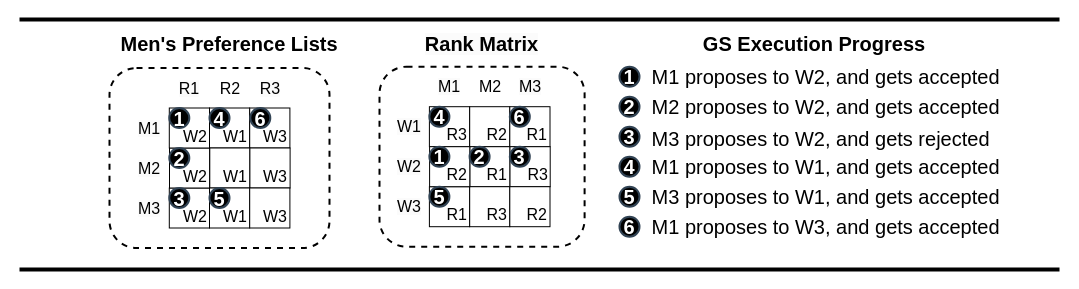
Earlier version of the draw.io diagram newGSExec.drawio (victorliu-sq/BambooSMP-Figures). Source tidied: cells renumbered, new cells numbered last; positions are measured from the earlier drawing's top-left corner, leaving out a move shared by most shapes. Both pictures are drawn from the tidied source at 100%, with x=0, y=0 at pixel (19, 19).
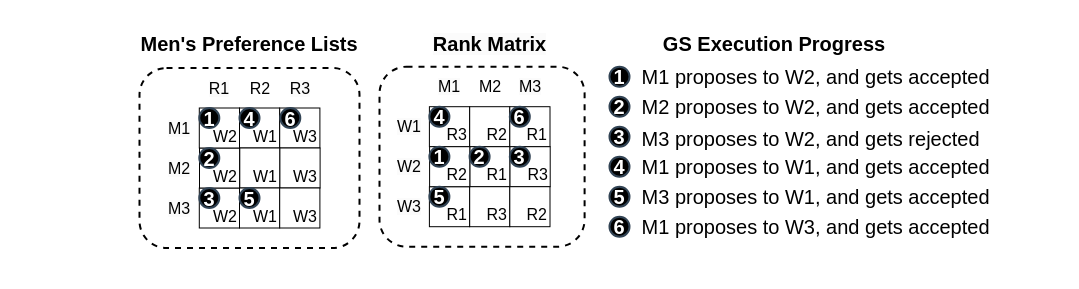
After the change.

The edit, as a diff of the source:
```diff
@@
     <mxCell id="2" style="rounded=1;whiteSpace=wrap;html=1;strokeWidth=2;dashed=1;" parent="1" vertex="1">
-      <mxGeometry x="90" y="48.5" width="220" height="180" as="geometry" />
+      <mxGeometry x="120" y="48.5" width="220" height="180" as="geometry" />
     </mxCell>
@@
     <mxCell id="4" value="1" style="ellipse;whiteSpace=wrap;html=1;strokeColor=#314354;align=center;verticalAlign=middle;fontFamily=Helvetica;fontSize=20;fillColor=#000000;fontColor=#ffffff;fontStyle=1;strokeWidth=2;" parent="1" vertex="1">
-      <mxGeometry x="600" y="47.2" width="20" height="20" as="geometry" />
+      <mxGeometry x="590" y="47.2" width="20" height="20" as="geometry" />
     </mxCell>
     <mxCell id="5" value="2" style="ellipse;whiteSpace=wrap;html=1;strokeColor=#314354;align=center;verticalAlign=middle;fontFamily=Helvetica;fontSize=20;fillColor=#000000;fontColor=#ffffff;fontStyle=1;strokeWidth=2;" parent="1" vertex="1">
-      <mxGeometry x="600" y="77.2" width="20" height="20" as="geometry" />
+      <mxGeometry x="590" y="77.2" width="20" height="20" as="geometry" />
     </mxCell>
     <mxCell id="6" value="3" style="ellipse;whiteSpace=wrap;html=1;strokeColor=#314354;align=center;verticalAlign=middle;fontFamily=Helvetica;fontSize=20;fillColor=#000000;fontColor=#ffffff;fontStyle=1;strokeWidth=2;" parent="1" vertex="1">
-      <mxGeometry x="600" y="107.2" width="20" height="20" as="geometry" />
+      <mxGeometry x="590" y="107.2" width="20" height="20" as="geometry" />
     </mxCell>
     <mxCell id="7" value="4" style="ellipse;whiteSpace=wrap;html=1;strokeColor=#314354;align=center;verticalAlign=middle;fontFamily=Helvetica;fontSize=20;fillColor=#000000;fontColor=#ffffff;fontStyle=1;strokeWidth=2;" parent="1" vertex="1">
-      <mxGeometry x="600" y="137.2" width="20" height="20" as="geometry" />
+      <mxGeometry x="590" y="137.2" width="20" height="20" as="geometry" />
     </mxCell>
     <mxCell id="8" value="5" style="ellipse;whiteSpace=wrap;html=1;strokeColor=#314354;align=center;verticalAlign=middle;fontFamily=Helvetica;fontSize=20;fillColor=#000000;fontColor=#ffffff;fontStyle=1;strokeWidth=2;" parent="1" vertex="1">
-      <mxGeometry x="600" y="167.2" width="20" height="20" as="geometry" />
+      <mxGeometry x="590" y="167.2" width="20" height="20" as="geometry" />
     </mxCell>
     <mxCell id="9" value="6" style="ellipse;whiteSpace=wrap;html=1;strokeColor=#314354;align=center;verticalAlign=middle;fontFamily=Helvetica;fontSize=20;fillColor=#000000;fontColor=#ffffff;fontStyle=1;strokeWidth=2;" parent="1" vertex="1">
-      <mxGeometry x="600" y="197.2" width="20" height="20" as="geometry" />
+      <mxGeometry x="590" y="197.2" width="20" height="20" as="geometry" />
     </mxCell>
     <mxCell id="10" value="&lt;h1 style=&quot;font-size: 20px;&quot;&gt;&lt;span style=&quot;font-size: 20px; font-weight: 400;&quot;&gt;&amp;nbsp;M1 proposes to W2, and gets accepted&lt;/span&gt;&lt;/h1&gt;" style="text;strokeColor=none;align=left;fillColor=none;html=1;verticalAlign=middle;whiteSpace=wrap;rounded=0;fontFamily=Helvetica;fontSize=20;fontColor=default;" parent="1" vertex="1">
-      <mxGeometry x="625" y="42.2" width="405" height="30" as="geometry" />
+      <mxGeometry x="615" y="42.2" width="405" height="30" as="geometry" />
     </mxCell>
     <mxCell id="11" value="&lt;h1 style=&quot;font-size: 20px;&quot;&gt;&lt;span style=&quot;font-size: 20px; font-weight: 400;&quot;&gt;&amp;nbsp;M2 proposes to W2, and gets accepted&lt;/span&gt;&lt;/h1&gt;" style="text;strokeColor=none;align=left;fillColor=none;html=1;verticalAlign=middle;whiteSpace=wrap;rounded=0;fontFamily=Helvetica;fontSize=20;fontColor=default;" parent="1" vertex="1">
-      <mxGeometry x="625" y="72.2" width="365" height="30" as="geometry" />
+      <mxGeometry x="615" y="72.2" width="365" height="30" as="geometry" />
     </mxCell>
     <mxCell id="12" value="&lt;h1 style=&quot;font-size: 20px;&quot;&gt;&lt;span style=&quot;font-size: 20px; font-weight: 400;&quot;&gt;&amp;nbsp;M3 proposes to W2, and gets rejected&lt;/span&gt;&lt;/h1&gt;" style="text;strokeColor=none;align=left;fillColor=none;html=1;verticalAlign=middle;whiteSpace=wrap;rounded=0;fontFamily=Helvetica;fontSize=20;fontColor=default;" parent="1" vertex="1">
-      <mxGeometry x="625" y="103.8" width="365" height="30" as="geometry" />
+      <mxGeometry x="615" y="103.8" width="365" height="30" as="geometry" />
     </mxCell>
     <mxCell id="13" value="&lt;h1 style=&quot;font-size: 20px;&quot;&gt;&lt;span style=&quot;font-size: 20px; font-weight: 400;&quot;&gt;&amp;nbsp;M1 proposes to W1, and gets accepted&lt;/span&gt;&lt;/h1&gt;" style="text;strokeColor=none;align=left;fillColor=none;html=1;verticalAlign=middle;whiteSpace=wrap;rounded=0;fontFamily=Helvetica;fontSize=20;fontColor=default;" parent="1" vertex="1">
-      <mxGeometry x="625" y="132.2" width="365" height="30" as="geometry" />
+      <mxGeometry x="615" y="132.2" width="365" height="30" as="geometry" />
     </mxCell>
     <mxCell id="14" value="&lt;h1 style=&quot;font-size: 20px;&quot;&gt;&lt;span style=&quot;font-size: 20px; font-weight: 400;&quot;&gt;&amp;nbsp;M3 proposes to W1, and gets accepted&lt;/span&gt;&lt;/h1&gt;" style="text;strokeColor=none;align=left;fillColor=none;html=1;verticalAlign=middle;whiteSpace=wrap;rounded=0;fontFamily=Helvetica;fontSize=20;fontColor=default;" parent="1" vertex="1">
-      <mxGeometry x="625" y="162.2" width="365" height="30" as="geometry" />
+      <mxGeometry x="615" y="162.2" width="365" height="30" as="geometry" />
     </mxCell>
     <mxCell id="15" value="&lt;h1 style=&quot;font-size: 20px;&quot;&gt;&lt;span style=&quot;font-size: 20px; font-weight: 400;&quot;&gt;&amp;nbsp;M1 proposes to W3, and gets accepted&lt;/span&gt;&lt;/h1&gt;" style="text;strokeColor=none;align=left;fillColor=none;html=1;verticalAlign=middle;whiteSpace=wrap;rounded=0;fontFamily=Helvetica;fontSize=20;fontColor=default;" parent="1" vertex="1">
-      <mxGeometry x="625" y="192.2" width="365" height="30" as="geometry" />
+      <mxGeometry x="615" y="192.2" width="365" height="30" as="geometry" />
     </mxCell>
     <mxCell id="16" value="&lt;h1 style=&quot;font-size: 20px;&quot;&gt;&lt;span style=&quot;font-size: 20px;&quot;&gt;GS Execution Progress&lt;/span&gt;&lt;/h1&gt;" style="text;strokeColor=none;align=center;fillColor=none;html=1;verticalAlign=middle;whiteSpace=wrap;rounded=0;fontFamily=Helvetica;fontSize=20;fontColor=default;fontStyle=1;" parent="1" vertex="1">
-      <mxGeometry x="680" y="9" width="230" height="30" as="geometry" />
+      <mxGeometry x="640" y="9" width="230" height="30" as="geometry" />
     </mxCell>
-    <mxCell id="17" style="endArrow=none;html=1;rounded=0;strokeWidth=4;" parent="1" edge="1">
-      <mxGeometry relative="1" as="geometry">
-        <mxPoint as="sourcePoint" />
-        <mxPoint x="1040" as="targetPoint" />
-      </mxGeometry>
-    </mxCell>
-    <mxCell id="18" style="endArrow=none;html=1;rounded=0;strokeWidth=4;" parent="1" edge="1">
-      <mxGeometry relative="1" as="geometry">
-        <mxPoint y="250" as="sourcePoint" />
-        <mxPoint x="1040" y="250" as="targetPoint" />
-      </mxGeometry>
-    </mxCell>
     <mxCell id="19" value="W1" style="rounded=0;whiteSpace=wrap;html=1;fontSize=16;align=right;verticalAlign=bottom;" parent="1" vertex="1">
-      <mxGeometry x="190" y="88.5" width="40.1" height="40" as="geometry" />
+      <mxGeometry x="220" y="88.5" width="40.1" height="40" as="geometry" />
     </mxCell>
     <mxCell id="20" value="W3" style="rounded=0;whiteSpace=wrap;html=1;fontSize=16;align=right;verticalAlign=bottom;" parent="1" vertex="1">
-      <mxGeometry x="230.2" y="88.5" width="40.2" height="40" as="geometry" />
+      <mxGeometry x="260.2" y="88.5" width="40.2" height="40" as="geometry" />
     </mxCell>
     <mxCell id="21" value="W1" style="rounded=0;whiteSpace=wrap;html=1;fontSize=16;align=right;verticalAlign=bottom;" parent="1" vertex="1">
-      <mxGeometry x="190.2" y="128.5" width="40.2" height="40" as="geometry" />
+      <mxGeometry x="220.2" y="128.5" width="40.2" height="40" as="geometry" />
     </mxCell>
     <mxCell id="22" value="W3" style="rounded=0;whiteSpace=wrap;html=1;fontSize=16;align=right;verticalAlign=bottom;" parent="1" vertex="1">
-      <mxGeometry x="230.4" y="128.5" width="40.2" height="40" as="geometry" />
+      <mxGeometry x="260.4" y="128.5" width="40.2" height="40" as="geometry" />
     </mxCell>
     <mxCell id="23" value="W1" style="rounded=0;whiteSpace=wrap;html=1;fontSize=16;align=right;verticalAlign=bottom;" parent="1" vertex="1">
-      <mxGeometry x="190" y="168.5" width="40.2" height="40" as="geometry" />
+      <mxGeometry x="220" y="168.5" width="40.2" height="40" as="geometry" />
     </mxCell>
     <mxCell id="24" value="W3" style="rounded=0;whiteSpace=wrap;html=1;fontSize=16;align=right;verticalAlign=bottom;" parent="1" vertex="1">
-      <mxGeometry x="230.2" y="168.5" width="40.2" height="40" as="geometry" />
+      <mxGeometry x="260.2" y="168.5" width="40.2" height="40" as="geometry" />
     </mxCell>
     <mxCell id="25" value="W2" style="rounded=0;whiteSpace=wrap;html=1;strokeWidth=1;fontSize=16;align=right;verticalAlign=bottom;" parent="1" vertex="1">
-      <mxGeometry x="149.8" y="168.5" width="40.2" height="40" as="geometry" />
+      <mxGeometry x="179.8" y="168.5" width="40.2" height="40" as="geometry" />
     </mxCell>
     <mxCell id="26" value="&lt;span style=&quot;font-size: 20px; text-wrap: nowrap;&quot;&gt;&lt;span style=&quot;font-size: 20px;&quot;&gt;Men's Preference Lists&lt;/span&gt;&lt;/span&gt;" style="text;whiteSpace=wrap;html=1;align=center;strokeColor=none;verticalAlign=middle;strokeWidth=0;fontSize=20;fontStyle=1;" parent="1" vertex="1">
-      <mxGeometry x="109.9" y="14" width="200.1" height="20" as="geometry" />
+      <mxGeometry x="130" y="14" width="200.1" height="20" as="geometry" />
     </mxCell>
     <mxCell id="27" value="&lt;span style=&quot;color: rgb(0, 0, 0); font-family: Helvetica; font-size: 16px; font-style: normal; font-variant-ligatures: normal; font-variant-caps: normal; font-weight: 400; letter-spacing: normal; orphans: 2; text-indent: 0px; text-transform: none; widows: 2; word-spacing: 0px; -webkit-text-stroke-width: 0px; white-space: normal; background-color: rgb(251, 251, 251); text-decoration-thickness: initial; text-decoration-style: initial; text-decoration-color: initial; float: none; display: inline !important;&quot;&gt;M1&lt;/span&gt;" style="text;whiteSpace=wrap;html=1;align=center;verticalAlign=middle;fontSize=16;" parent="1" vertex="1">
-      <mxGeometry x="110" y="88.5" width="40" height="40" as="geometry" />
+      <mxGeometry x="140" y="88.5" width="40" height="40" as="geometry" />
     </mxCell>
     <mxCell id="28" value="&lt;span style=&quot;color: rgb(0, 0, 0); font-family: Helvetica; font-size: 16px; font-style: normal; font-variant-ligatures: normal; font-variant-caps: normal; font-weight: 400; letter-spacing: normal; orphans: 2; text-indent: 0px; text-transform: none; widows: 2; word-spacing: 0px; -webkit-text-stroke-width: 0px; white-space: normal; background-color: rgb(251, 251, 251); text-decoration-thickness: initial; text-decoration-style: initial; text-decoration-color: initial; float: none; display: inline !important;&quot;&gt;M2&lt;/span&gt;" style="text;whiteSpace=wrap;html=1;align=center;verticalAlign=middle;fontSize=16;" parent="1" vertex="1">
-      <mxGeometry x="110" y="128.5" width="40" height="40" as="geometry" />
+      <mxGeometry x="140" y="128.5" width="40" height="40" as="geometry" />
     </mxCell>
     <mxCell id="29" value="&lt;span style=&quot;color: rgb(0, 0, 0); font-family: Helvetica; font-size: 16px; font-style: normal; font-variant-ligatures: normal; font-variant-caps: normal; font-weight: 400; letter-spacing: normal; orphans: 2; text-indent: 0px; text-transform: none; widows: 2; word-spacing: 0px; -webkit-text-stroke-width: 0px; white-space: normal; background-color: rgb(251, 251, 251); text-decoration-thickness: initial; text-decoration-style: initial; text-decoration-color: initial; float: none; display: inline !important;&quot;&gt;M3&lt;/span&gt;" style="text;whiteSpace=wrap;html=1;align=center;verticalAlign=middle;fontSize=16;" parent="1" vertex="1">
-      <mxGeometry x="110" y="168.5" width="40" height="40" as="geometry" />
+      <mxGeometry x="140" y="168.5" width="40" height="40" as="geometry" />
     </mxCell>
     <mxCell id="30" value="&lt;span style=&quot;color: rgb(0, 0, 0); font-family: Helvetica; font-size: 16px; font-style: normal; font-variant-ligatures: normal; font-variant-caps: normal; font-weight: 400; letter-spacing: normal; orphans: 2; text-indent: 0px; text-transform: none; widows: 2; word-spacing: 0px; -webkit-text-stroke-width: 0px; white-space: normal; background-color: rgb(251, 251, 251); text-decoration-thickness: initial; text-decoration-style: initial; text-decoration-color: initial; float: none; display: inline !important;&quot;&gt;R1&lt;/span&gt;" style="text;whiteSpace=wrap;html=1;align=center;verticalAlign=middle;fontSize=16;" parent="1" vertex="1">
-      <mxGeometry x="150.2" y="48.5" width="40" height="40" as="geometry" />
+      <mxGeometry x="180.2" y="48.5" width="40" height="40" as="geometry" />
     </mxCell>
     <mxCell id="31" value="R2" style="text;whiteSpace=wrap;html=1;align=center;verticalAlign=middle;fontSize=16;" parent="1" vertex="1">
-      <mxGeometry x="190.8" y="48.5" width="40" height="40" as="geometry" />
+      <mxGeometry x="220.8" y="48.5" width="40" height="40" as="geometry" />
     </mxCell>
     <mxCell id="32" value="&lt;span style=&quot;color: rgb(0, 0, 0); font-family: Helvetica; font-size: 16px; font-style: normal; font-variant-ligatures: normal; font-variant-caps: normal; font-weight: 400; letter-spacing: normal; orphans: 2; text-indent: 0px; text-transform: none; widows: 2; word-spacing: 0px; -webkit-text-stroke-width: 0px; white-space: normal; background-color: rgb(251, 251, 251); text-decoration-thickness: initial; text-decoration-style: initial; text-decoration-color: initial; float: none; display: inline !important;&quot;&gt;R3&lt;/span&gt;" style="text;whiteSpace=wrap;html=1;align=center;verticalAlign=middle;fontSize=16;" parent="1" vertex="1">
-      <mxGeometry x="230.6" y="48.5" width="40" height="40" as="geometry" />
+      <mxGeometry x="260.6" y="48.5" width="40" height="40" as="geometry" />
     </mxCell>
     <mxCell id="33" value="W2" style="rounded=0;whiteSpace=wrap;html=1;strokeWidth=1;fontSize=16;align=right;verticalAlign=bottom;" parent="1" vertex="1">
-      <mxGeometry x="150" y="128.5" width="40.1" height="40" as="geometry" />
+      <mxGeometry x="180" y="128.5" width="40.1" height="40" as="geometry" />
     </mxCell>
     <mxCell id="34" value="&lt;span style=&quot;font-size: 16px;&quot;&gt;W2&lt;/span&gt;" style="rounded=0;whiteSpace=wrap;html=1;strokeWidth=1;fontSize=16;strokeColor=default;align=right;verticalAlign=bottom;fontFamily=Helvetica;fontColor=default;fillColor=default;fontStyle=0;" parent="1" vertex="1">
-      <mxGeometry x="149.8" y="88.5" width="40.2" height="40" as="geometry" />
+      <mxGeometry x="179.8" y="88.5" width="40.2" height="40" as="geometry" />
     </mxCell>
@@
     <mxCell id="43" value="&lt;span style=&quot;color: rgb(0, 0, 0); font-family: Helvetica; font-size: 20px; font-style: normal; font-variant-ligatures: normal; font-variant-caps: normal; letter-spacing: normal; orphans: 2; text-indent: 0px; text-transform: none; widows: 2; word-spacing: 0px; -webkit-text-stroke-width: 0px; white-space: nowrap; background-color: rgb(251, 251, 251); text-decoration-thickness: initial; text-decoration-style: initial; text-decoration-color: initial; float: none; display: inline !important;&quot;&gt;Rank Matrix&lt;/span&gt;" style="text;whiteSpace=wrap;html=1;align=center;strokeColor=none;verticalAlign=middle;strokeWidth=0;fontSize=20;fontStyle=1;" parent="1" vertex="1">
-      <mxGeometry x="422.9" y="14" width="79.2" height="20" as="geometry" />
+      <mxGeometry x="431.2" y="14" width="79.2" height="20" as="geometry" />
     </mxCell>
@@
     <mxCell id="51" value="1" style="ellipse;whiteSpace=wrap;html=1;strokeColor=#314354;align=center;verticalAlign=middle;fontFamily=Helvetica;fontSize=20;fillColor=#000000;fontColor=#ffffff;fontStyle=1;strokeWidth=2;" parent="1" vertex="1">
-      <mxGeometry x="149.8" y="88.5" width="20" height="20" as="geometry" />
+      <mxGeometry x="179.8" y="88.5" width="20" height="20" as="geometry" />
     </mxCell>
     <mxCell id="52" value="2" style="ellipse;whiteSpace=wrap;html=1;strokeColor=#314354;align=center;verticalAlign=middle;fontFamily=Helvetica;fontSize=20;fillColor=#000000;fontColor=#ffffff;fontStyle=1;strokeWidth=2;" parent="1" vertex="1">
-      <mxGeometry x="149.8" y="128.5" width="20" height="20" as="geometry" />
+      <mxGeometry x="179.8" y="128.5" width="20" height="20" as="geometry" />
     </mxCell>
     <mxCell id="53" value="3" style="ellipse;whiteSpace=wrap;html=1;strokeColor=#314354;align=center;verticalAlign=middle;fontFamily=Helvetica;fontSize=20;fillColor=#000000;fontColor=#ffffff;fontStyle=1;strokeWidth=2;" parent="1" vertex="1">
-      <mxGeometry x="149.8" y="168.5" width="20" height="20" as="geometry" />
+      <mxGeometry x="179.8" y="168.5" width="20" height="20" as="geometry" />
     </mxCell>
     <mxCell id="54" value="4" style="ellipse;whiteSpace=wrap;html=1;strokeColor=#314354;align=center;verticalAlign=middle;fontFamily=Helvetica;fontSize=20;fillColor=#000000;fontColor=#ffffff;fontStyle=1;strokeWidth=2;" parent="1" vertex="1">
-      <mxGeometry x="190" y="88.5" width="20" height="20" as="geometry" />
+      <mxGeometry x="220" y="88.5" width="20" height="20" as="geometry" />
     </mxCell>
     <mxCell id="55" value="5" style="ellipse;whiteSpace=wrap;html=1;strokeColor=#314354;align=center;verticalAlign=middle;fontFamily=Helvetica;fontSize=20;fillColor=#000000;fontColor=#ffffff;fontStyle=1;strokeWidth=2;" parent="1" vertex="1">
-      <mxGeometry x="190" y="168.5" width="20" height="20" as="geometry" />
+      <mxGeometry x="220" y="168.5" width="20" height="20" as="geometry" />
     </mxCell>
     <mxCell id="56" value="6" style="ellipse;whiteSpace=wrap;html=1;strokeColor=#314354;align=center;verticalAlign=middle;fontFamily=Helvetica;fontSize=20;fillColor=#000000;fontColor=#ffffff;fontStyle=1;strokeWidth=2;" parent="1" vertex="1">
-      <mxGeometry x="230.8" y="88.5" width="20" height="20" as="geometry" />
+      <mxGeometry x="260.8" y="88.5" width="20" height="20" as="geometry" />
     </mxCell>
```
